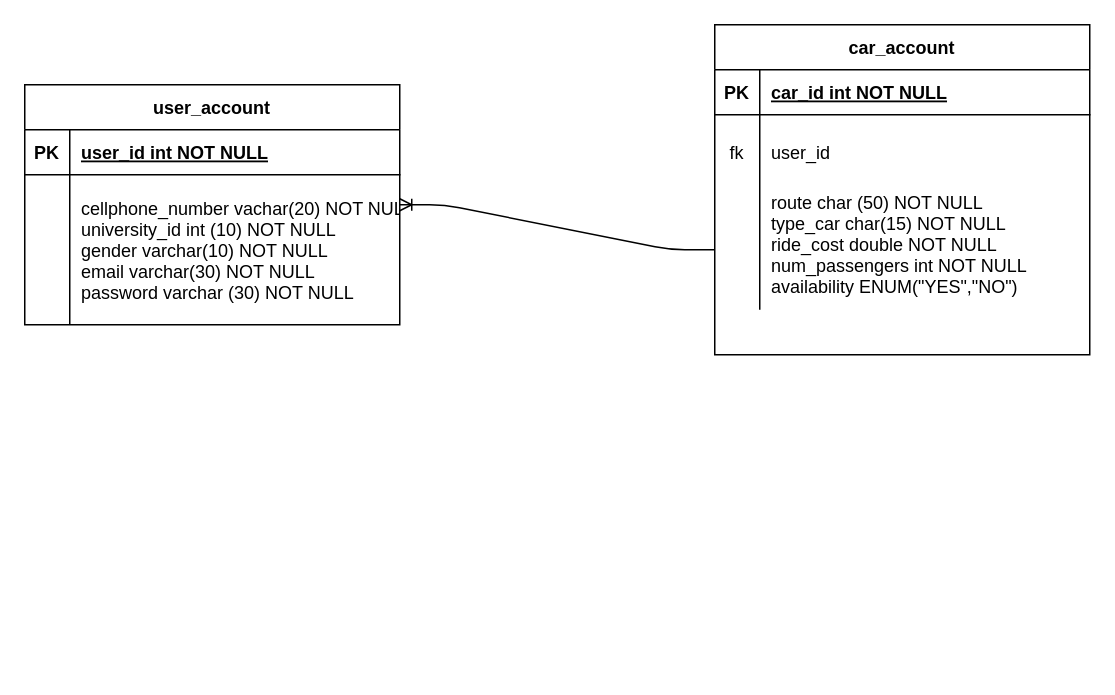
garoga11/carpool-bis keeps this draw.io diagram as Untitled Diagram.drawio. Above is the earlier version. Source tidied: cells renumbered, new cells numbered last; positions are measured from the earlier drawing's top-left corner, leaving out a move shared by most shapes. Both pictures are drawn from the tidied source at 150%, with x=0, y=0 at pixel (24, 24).
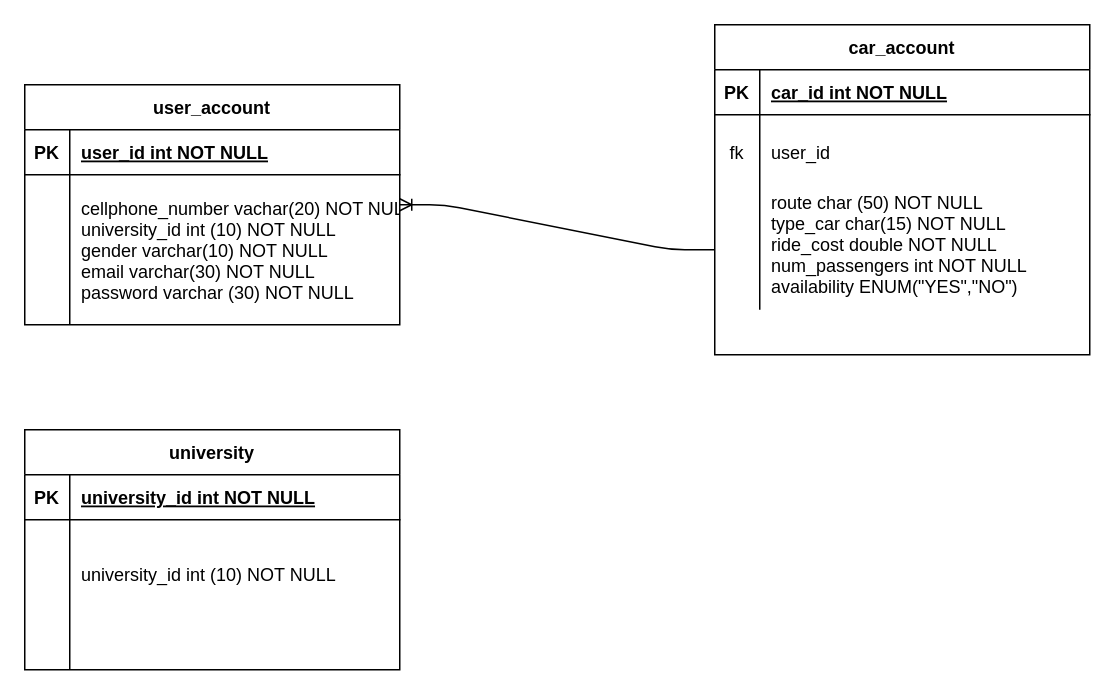
After the change.

Commit message:
university_table

What changed in the source:
```diff
@@
+    <mxCell id="20" value="university" style="shape=table;startSize=30;childLayout=tableLayout;rowLines=0;fontStyle=1;align=center;" parent="1" vertex="1">
+      <mxGeometry y="270" width="250" height="160" as="geometry" />
+    </mxCell>
+    <mxCell id="21" style="shape=partialRectangle;fillColor=none;top=0;left=0;right=0;bottom=1;" parent="20" vertex="1">
+      <mxGeometry y="30" width="250" height="30" as="geometry" />
+    </mxCell>
+    <mxCell id="22" value="PK" style="shape=partialRectangle;overflow=hidden;fillColor=none;top=0;left=0;bottom=0;right=0;fontStyle=1;" parent="21" vertex="1">
+      <mxGeometry width="30" height="30" as="geometry" />
+    </mxCell>
+    <mxCell id="23" value="university_id int NOT NULL " style="shape=partialRectangle;overflow=hidden;fillColor=none;top=0;left=0;bottom=0;right=0;align=left;spacingLeft=6;fontStyle=5;" parent="21" vertex="1">
+      <mxGeometry x="30" width="220" height="30" as="geometry" />
+    </mxCell>
+    <mxCell id="24" style="shape=partialRectangle;fillColor=none;top=0;left=0;right=0;bottom=0;" parent="20" vertex="1">
+      <mxGeometry y="60" width="250" height="100" as="geometry" />
+    </mxCell>
+    <mxCell id="25" style="shape=partialRectangle;overflow=hidden;fillColor=none;top=0;left=0;bottom=0;right=0;" parent="24" vertex="1">
+      <mxGeometry width="30" height="100" as="geometry" />
+    </mxCell>
+    <mxCell id="26" value="&#10;&#10;university_id int (10) NOT NULL&#10;&#10;&#10;&#10;&#10;" style="shape=partialRectangle;overflow=hidden;fillColor=none;top=0;left=0;bottom=0;right=0;align=left;spacingLeft=6;" parent="24" vertex="1">
+      <mxGeometry x="30" width="220" height="100" as="geometry" />
+    </mxCell>
```
